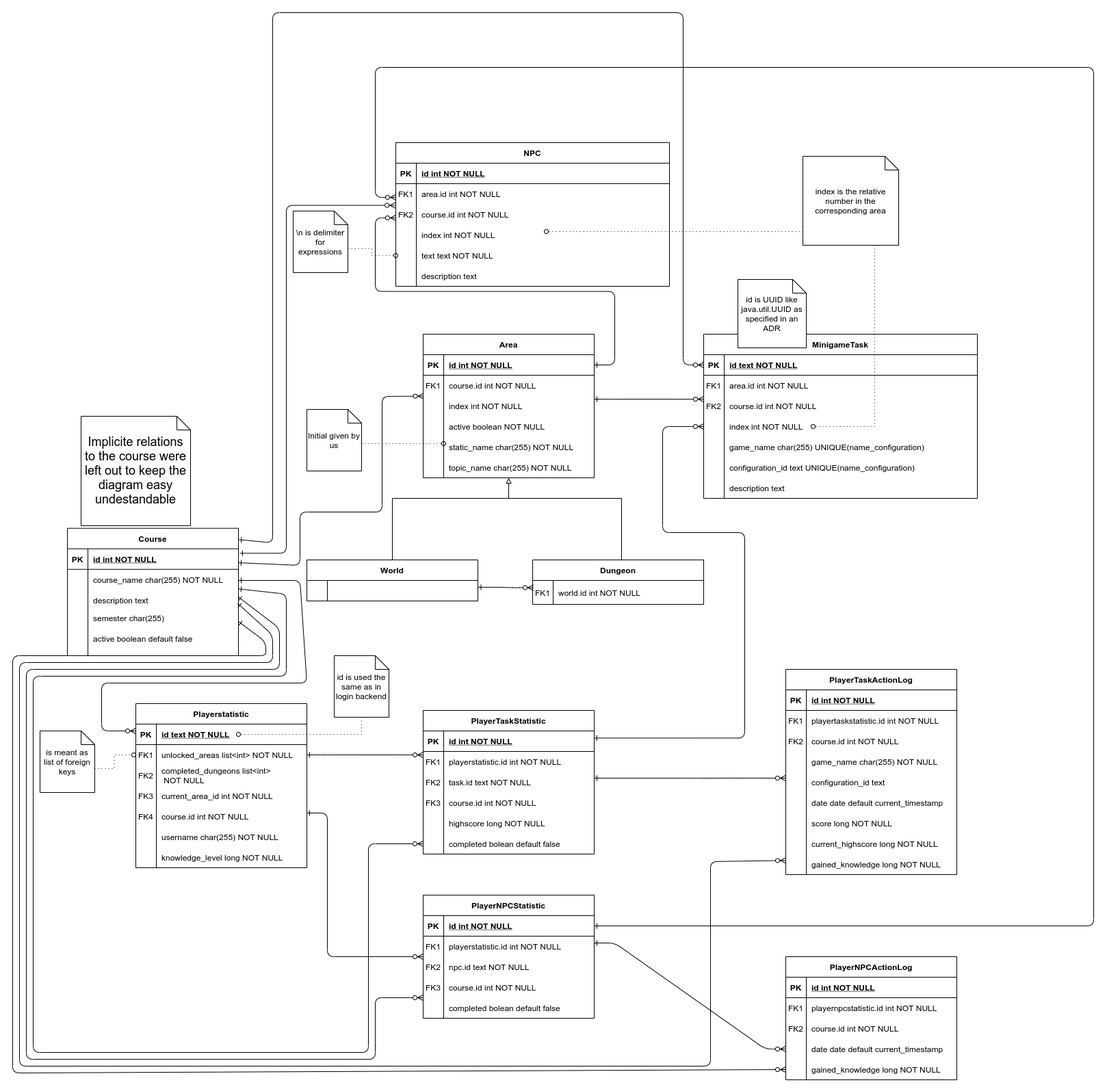
Before: dev-manuals/services/overworld/database-model/database-model.png, a diagram exported from draw.io (Gamify-IT/docs). Source tidied: cells renumbered, new cells last; positions are measured from the earlier drawing's top-left corner, leaving out a move shared by most shapes.
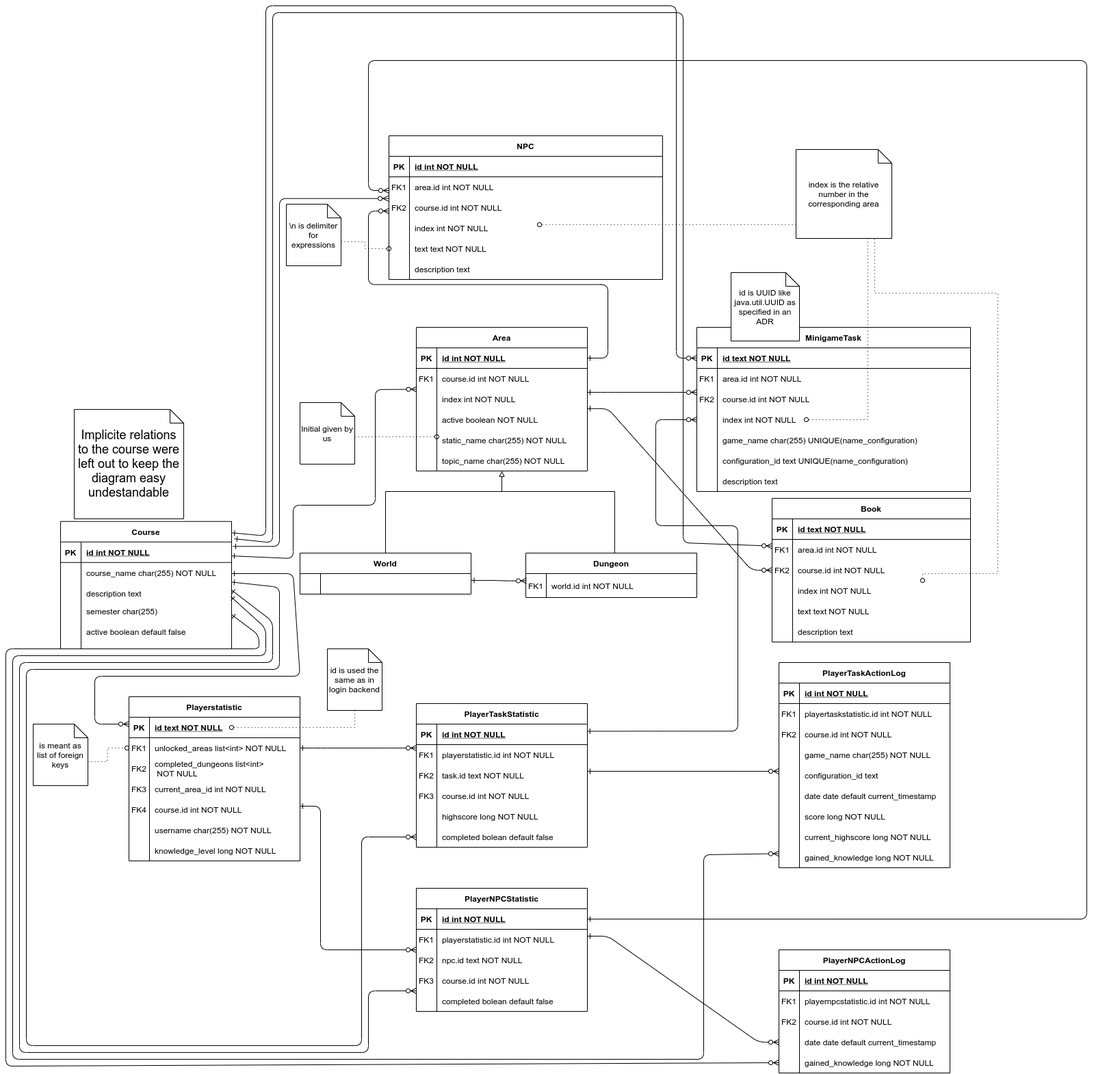
After the commit.

Commit message:
add book in database model

What changed in the source:
```diff
@@ -832,5 +832,94 @@
     <mxCell id="236" value="description text" style="shape=partialRectangle;overflow=hidden;fillColor=none;top=0;left=0;bottom=0;right=0;align=left;spacingLeft=6;" parent="1" vertex="1">
       <mxGeometry x="1040" y="680" width="370" height="30" as="geometry" />
     </mxCell>
+    <mxCell id="237" value="Book" style="shape=table;startSize=30;rowLines=0;fontStyle=1;align=center;" parent="1" vertex="1">
+      <mxGeometry x="1120" y="720" width="290" height="210" as="geometry" />
+    </mxCell>
+    <mxCell id="238" style="shape=partialRectangle;fillColor=none;top=0;left=0;right=0;bottom=1;" parent="237" vertex="1">
+      <mxGeometry y="30" width="290" height="30" as="geometry" />
+    </mxCell>
+    <mxCell id="239" value="PK" style="shape=partialRectangle;overflow=hidden;fillColor=none;top=0;left=0;bottom=0;right=0;fontStyle=1;" parent="238" vertex="1">
+      <mxGeometry width="30" height="30" as="geometry" />
+    </mxCell>
+    <mxCell id="240" value="id text NOT NULL " style="shape=partialRectangle;overflow=hidden;fillColor=none;top=0;left=0;bottom=0;right=0;align=left;spacingLeft=6;fontStyle=5;" parent="238" vertex="1">
+      <mxGeometry x="30" width="260" height="30" as="geometry" />
+    </mxCell>
+    <mxCell id="241" style="shape=partialRectangle;fillColor=none;points=[[0,0.5],[1,0.5]];portConstraint=eastwest;top=0;left=0;right=0;bottom=0;" parent="237" vertex="1">
+      <mxGeometry y="60" width="290" height="30" as="geometry" />
+    </mxCell>
+    <mxCell id="242" value="FK1" style="shape=partialRectangle;overflow=hidden;fillColor=none;top=0;left=0;bottom=0;right=0;" parent="241" vertex="1">
+      <mxGeometry width="30" height="30" as="geometry" />
+    </mxCell>
+    <mxCell id="243" value="area.id int NOT NULL" style="shape=partialRectangle;overflow=hidden;fillColor=none;top=0;left=0;bottom=0;right=0;align=left;spacingLeft=6;" parent="241" vertex="1">
+      <mxGeometry x="30" width="260" height="30" as="geometry" />
+    </mxCell>
+    <mxCell id="244" style="shape=partialRectangle;fillColor=none;points=[[0,0.5],[1,0.5]];portConstraint=eastwest;top=0;left=0;right=0;bottom=0;" parent="237" vertex="1">
+      <mxGeometry y="90" width="290" height="30" as="geometry" />
+    </mxCell>
+    <mxCell id="245" value="FK2" style="shape=partialRectangle;overflow=hidden;fillColor=none;top=0;left=0;bottom=0;right=0;" parent="244" vertex="1">
+      <mxGeometry width="30" height="30" as="geometry" />
+    </mxCell>
+    <mxCell id="246" value="course.id int NOT NULL" style="shape=partialRectangle;overflow=hidden;fillColor=none;top=0;left=0;bottom=0;right=0;align=left;spacingLeft=6;" parent="244" vertex="1">
+      <mxGeometry x="30" width="260" height="30" as="geometry" />
+    </mxCell>
+    <mxCell id="247" style="shape=partialRectangle;fillColor=none;points=[[0,0.5],[1,0.5]];portConstraint=eastwest;top=0;left=0;right=0;bottom=0;" parent="237" vertex="1">
+      <mxGeometry y="120" width="290" height="30" as="geometry" />
+    </mxCell>
+    <mxCell id="248" style="shape=partialRectangle;overflow=hidden;fillColor=none;top=0;left=0;bottom=0;right=0;" parent="247" vertex="1">
+      <mxGeometry width="30" height="30" as="geometry" />
+    </mxCell>
+    <mxCell id="249" value="index int NOT NULL" style="shape=partialRectangle;overflow=hidden;fillColor=none;top=0;left=0;bottom=0;right=0;align=left;spacingLeft=6;" parent="247" vertex="1">
+      <mxGeometry x="30" width="260" height="30" as="geometry" />
+    </mxCell>
+    <mxCell id="250" style="shape=partialRectangle;fillColor=none;top=0;left=0;right=0;bottom=0;" parent="237" vertex="1">
+      <mxGeometry y="150" width="290" height="30" as="geometry" />
+    </mxCell>
+    <mxCell id="251" style="shape=partialRectangle;overflow=hidden;fillColor=none;top=0;left=0;bottom=0;right=0;" parent="250" vertex="1">
+      <mxGeometry width="30" height="30" as="geometry" />
+    </mxCell>
+    <mxCell id="252" style="shape=partialRectangle;overflow=hidden;fillColor=none;top=0;left=0;bottom=0;right=0;align=left;spacingLeft=6;" parent="250" vertex="1">
+      <mxGeometry x="30" width="260" height="30" as="geometry" />
+    </mxCell>
+    <mxCell id="253" style="shape=partialRectangle;fillColor=none;top=0;left=0;right=0;bottom=0;" parent="237" vertex="1">
+      <mxGeometry y="180" width="290" height="30" as="geometry" />
+    </mxCell>
+    <mxCell id="254" style="shape=partialRectangle;overflow=hidden;fillColor=none;top=0;left=0;bottom=0;right=0;" parent="253" vertex="1">
+      <mxGeometry width="30" height="30" as="geometry" />
+    </mxCell>
+    <mxCell id="255" style="shape=partialRectangle;overflow=hidden;fillColor=none;top=0;left=0;bottom=0;right=0;align=left;spacingLeft=6;" parent="253" vertex="1">
+      <mxGeometry x="30" width="260" height="30" as="geometry" />
+    </mxCell>
+    <mxCell id="256" value="description text" style="shape=partialRectangle;overflow=hidden;fillColor=none;top=0;left=0;bottom=0;right=0;align=left;spacingLeft=6;" parent="1" vertex="1">
+      <mxGeometry x="1150" y="900" width="220" height="30" as="geometry" />
+    </mxCell>
+    <mxCell id="257" value="text text NOT NULL" style="shape=partialRectangle;overflow=hidden;fillColor=none;top=0;left=0;bottom=0;right=0;align=left;spacingLeft=6;" parent="1" vertex="1">
+      <mxGeometry x="1150" y="870" width="250" height="30" as="geometry" />
+    </mxCell>
+    <mxCell id="258" style="edgeStyle=entityRelationEdgeStyle;endArrow=ERzeroToMany;startArrow=ERone;endFill=1;startFill=0;" parent="1" edge="1" target="244">
+      <mxGeometry relative="1" as="geometry">
+        <mxPoint x="850" y="588.8" as="sourcePoint" />
+      </mxGeometry>
+    </mxCell>
+    <mxCell id="259" style="endArrow=ERzeroToMany;startArrow=ERone;endFill=1;startFill=0;exitX=1.016;exitY=0.136;exitDx=0;exitDy=0;exitPerimeter=0;" parent="1" edge="1" source="13" target="241">
+      <mxGeometry relative="1" as="geometry">
+        <Array as="points">
+          <mxPoint x="390" y="785" />
+          <mxPoint x="390" y="10" />
+          <mxPoint x="990" y="10" />
+          <mxPoint x="990" y="785" />
+        </Array>
+      </mxGeometry>
+    </mxCell>
+    <mxCell id="260" style="edgeStyle=orthogonalEdgeStyle;rounded=0;jettySize=auto;html=1;endArrow=oval;endFill=0;dashed=1;dashPattern=1 4;" parent="1" edge="1" target="247">
+      <mxGeometry relative="1" as="geometry">
+        <mxPoint x="1269.9" y="341" as="sourcePoint" />
+        <Array as="points">
+          <mxPoint x="1270" y="420" />
+          <mxPoint x="1450" y="420" />
+          <mxPoint x="1450" y="830" />
+          <mxPoint x="1340" y="830" />
+        </Array>
+      </mxGeometry>
+    </mxCell>
   </root>
 </mxGraphModel>
```
